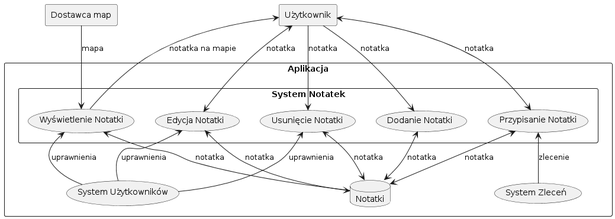
The PlantUML diagram pic/ds.users.png in m-panczyk/gn_plantuml, before a commit.
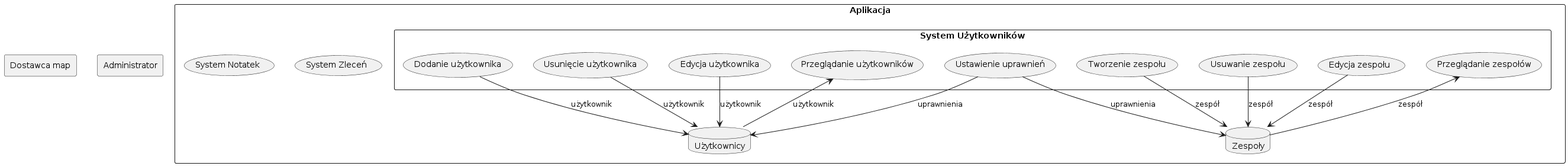
After the change.

The edit, as a diff of the source:
```diff
@@ -1,33 +1,35 @@
 @startuml
-rectangle "Użytkownik" as user
 rectangle "Dostawca map" as maps
+rectangle "Administrator" as admin
 rectangle Aplikacja as app {
-	rectangle "System Notatek" as sn{
-		(Dodanie Notatki) as add
-		(Usunięcie Notatki) as del
-		(Edycja Notatki) as edit
-		(Przypisanie Notatki) as assign
-		(Wyświetlenie Notatki) as show
+	rectangle "System Użytkowników" as sn{
+		(Dodanie użytkownika) as add
+		(Usunięcie użytkownika) as del
+		(Edycja użytkownika) as edit
+		(Przeglądanie użytkowników) as view
+		(Ustawienie uprawnień) as perm
+		(Tworzenie zespołu) as teamadd
+		(Usuwanie zespołu) as teamdel
+		(Edycja zespołu) as teamedit
+		(Przeglądanie zespołów) as teamview
     }
     (System Zleceń) as sz
-    (System Użytkowników) as su
-    database "Notatki" as dbn
+    (System Notatek) as su
+    database "Użytkownicy" as dbu
+    database "Zespoły" as dbz
 
-    user --> add :notatka
-    user <-- show :notatka na mapie
-    maps --> show :mapa
-    user --> del :notatka
-    user <--> edit :notatka
-    user <--> assign :notatka
-    add <-d-> dbn :notatka
-    del <-d-> dbn :notatka
-    edit <-d-> dbn :notatka
-    assign <-d-> dbn :notatka
-    show <-d- dbn :notatka
-    sz -u-> assign :zlecenie
-    su -u-> del :uprawnienia
-    su -u-> edit :uprawnienia
-    su -u-> show :uprawnienia
+    add --> dbu: użytkownik
+    del --> dbu: użytkownik
+    edit --> dbu: użytkownik
+    view <-- dbu: użytkownik
+
+    perm --> dbu: uprawnienia
+    perm --> dbz: uprawnienia
+
+    teamadd --> dbz: zespół
+    teamdel --> dbz: zespół
+    teamedit --> dbz: zespół
+    teamview <-- dbz: zespół
 
 }
 @enduml
```
